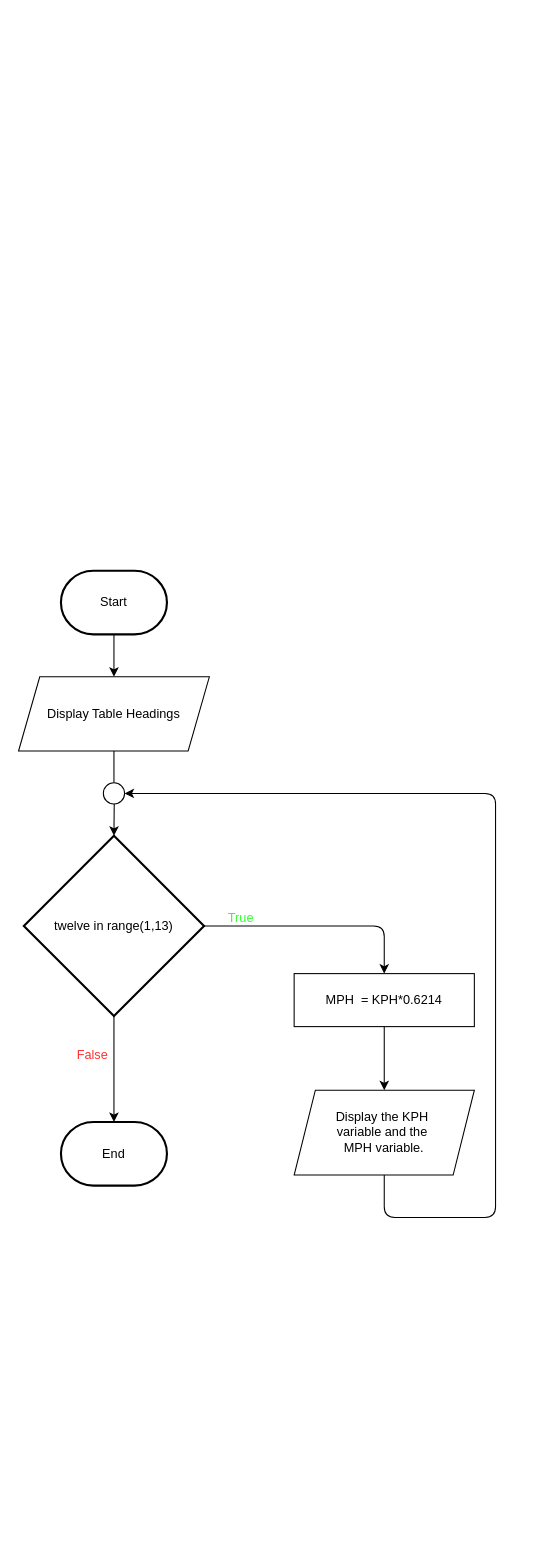
Esprees0/PythonClass keeps this draw.io diagram as page "Page-1" (1 of 2) of Lacture03/Divide27-30.drawio. Above is the earlier version. Source tidied: cells renumbered, new cells numbered last; positions are measured from the earlier drawing's top-left corner, leaving out a move shared by most shapes. Both pictures are drawn from the tidied source at 106%, with x=0, y=0 at pixel (18, 570).
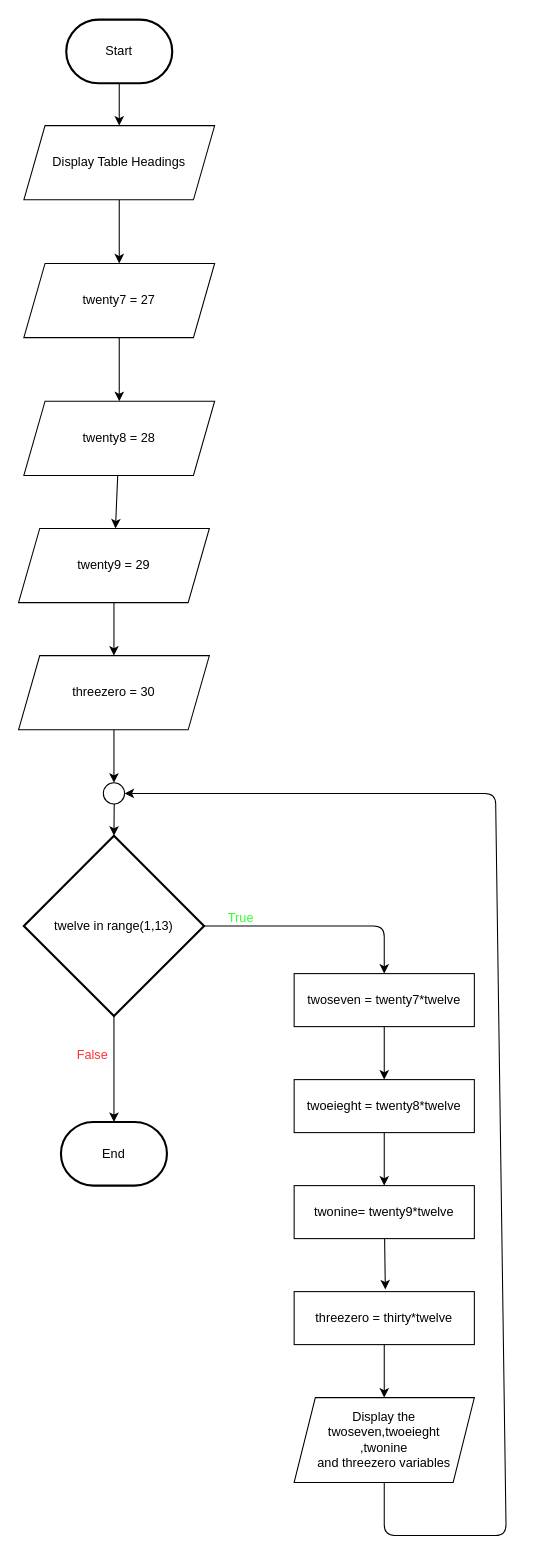
After the change.

Unchanged cells that the change refers to:
```xml
<mxCell id="15" style="ellipse;whiteSpace=wrap;html=1;" parent="1" vertex="1">
  <mxGeometry x="80" y="200" width="20" height="20" as="geometry" />
</mxCell>
```

Diff of the diagram source:
```diff
@@
     <mxCell id="3" value="Start" style="strokeWidth=2;html=1;shape=mxgraph.flowchart.terminator;whiteSpace=wrap;" parent="1" vertex="1">
-      <mxGeometry x="40" width="100" height="60" as="geometry" />
+      <mxGeometry x="45" y="-520" width="100" height="60" as="geometry" />
     </mxCell>
@@
+    <mxCell id="18" style="edgeStyle=none;html=1;" parent="1" edge="1" source="5" target="23">
+      <mxGeometry relative="1" as="geometry" />
+    </mxCell>
     <mxCell id="5" value="Display Table Headings" style="shape=parallelogram;perimeter=parallelogramPerimeter;whiteSpace=wrap;html=1;fixedSize=1;" parent="1" vertex="1">
-      <mxGeometry y="100" width="180" height="70" as="geometry" />
+      <mxGeometry x="5" y="-420" width="180" height="70" as="geometry" />
     </mxCell>
@@
-    <mxCell id="9" style="edgeStyle=none;html=1;" parent="1" edge="1" source="10" target="12">
-      <mxGeometry relative="1" as="geometry" />
-    </mxCell>
+    <mxCell id="19" style="edgeStyle=none;html=1;" parent="1" edge="1" source="10" target="21">
+      <mxGeometry relative="1" as="geometry" />
+    </mxCell>
-    <mxCell id="10" value="MPH&amp;nbsp; = KPH*0.6214" style="rounded=0;whiteSpace=wrap;html=1;" parent="1" vertex="1">
+    <mxCell id="10" value="twoseven = twenty7*twelve" style="rounded=0;whiteSpace=wrap;html=1;" parent="1" vertex="1">
       <mxGeometry x="260" y="380" width="170" height="50" as="geometry" />
     </mxCell>
-    <mxCell id="11" style="edgeStyle=none;html=1;entryX=1;entryY=0.5;entryDx=0;entryDy=0;" parent="1" edge="1" source="12" target="15">
+    <mxCell id="11" style="edgeStyle=none;html=1;entryX=1;entryY=0.5;entryDx=0;entryDy=0;exitX=0.5;exitY=1;exitDx=0;exitDy=0;" parent="1" edge="1" source="34" target="15">
       <mxGeometry relative="1" as="geometry">
         <Array as="points">
-          <mxPoint x="345" y="610" />
-          <mxPoint x="450" y="610" />
+          <mxPoint x="345" y="910" />
+          <mxPoint x="460" y="910" />
           <mxPoint x="450" y="210" />
         </Array>
       </mxGeometry>
     </mxCell>
-    <mxCell id="12" value="Display the KPH&amp;nbsp;&lt;br&gt;variable and the&amp;nbsp;&lt;br&gt;MPH variable." style="shape=parallelogram;perimeter=parallelogramPerimeter;whiteSpace=wrap;html=1;fixedSize=1;" parent="1" vertex="1">
-      <mxGeometry x="260" y="490" width="170" height="80" as="geometry" />
-    </mxCell>
@@
-    <mxCell id="14" style="edgeStyle=none;html=1;endArrow=none;" parent="1" edge="1" source="5" target="15">
-      <mxGeometry relative="1" as="geometry" />
-    </mxCell>
@@
+    <mxCell id="20" style="edgeStyle=none;html=1;" parent="1" edge="1" source="21" target="31">
+      <mxGeometry relative="1" as="geometry" />
+    </mxCell>
+    <mxCell id="21" value="twoeieght = twenty8*twelve" style="rounded=0;whiteSpace=wrap;html=1;" parent="1" vertex="1">
+      <mxGeometry x="260" y="480" width="170" height="50" as="geometry" />
+    </mxCell>
+    <mxCell id="22" style="edgeStyle=none;html=1;" parent="1" edge="1" source="23" target="25">
+      <mxGeometry relative="1" as="geometry" />
+    </mxCell>
+    <mxCell id="23" value="twenty7 = 27" style="shape=parallelogram;perimeter=parallelogramPerimeter;whiteSpace=wrap;html=1;fixedSize=1;" parent="1" vertex="1">
+      <mxGeometry x="5" y="-290" width="180" height="70" as="geometry" />
+    </mxCell>
+    <mxCell id="24" style="edgeStyle=none;html=1;" parent="1" edge="1" source="25" target="27">
+      <mxGeometry relative="1" as="geometry" />
+    </mxCell>
+    <mxCell id="25" value="twenty8 = 28" style="shape=parallelogram;perimeter=parallelogramPerimeter;whiteSpace=wrap;html=1;fixedSize=1;" parent="1" vertex="1">
+      <mxGeometry x="5" y="-160" width="180" height="70" as="geometry" />
+    </mxCell>
+    <mxCell id="26" style="edgeStyle=none;html=1;" parent="1" edge="1" source="27" target="29">
+      <mxGeometry relative="1" as="geometry" />
+    </mxCell>
+    <mxCell id="27" value="twenty9 = 29" style="shape=parallelogram;perimeter=parallelogramPerimeter;whiteSpace=wrap;html=1;fixedSize=1;" parent="1" vertex="1">
+      <mxGeometry y="-40" width="180" height="70" as="geometry" />
+    </mxCell>
+    <mxCell id="28" style="edgeStyle=none;html=1;entryX=0.5;entryY=0;entryDx=0;entryDy=0;" parent="1" edge="1" source="29" target="15">
+      <mxGeometry relative="1" as="geometry" />
+    </mxCell>
+    <mxCell id="29" value="threezero = 30" style="shape=parallelogram;perimeter=parallelogramPerimeter;whiteSpace=wrap;html=1;fixedSize=1;" parent="1" vertex="1">
+      <mxGeometry y="80" width="180" height="70" as="geometry" />
+    </mxCell>
+    <mxCell id="30" style="edgeStyle=none;html=1;entryX=0.506;entryY=-0.041;entryDx=0;entryDy=0;entryPerimeter=0;" parent="1" edge="1" source="31" target="33">
+      <mxGeometry relative="1" as="geometry" />
+    </mxCell>
+    <mxCell id="31" value="twonine= twenty9*twelve" style="rounded=0;whiteSpace=wrap;html=1;" parent="1" vertex="1">
+      <mxGeometry x="260" y="580" width="170" height="50" as="geometry" />
+    </mxCell>
+    <mxCell id="32" style="edgeStyle=none;html=1;entryX=0.5;entryY=0;entryDx=0;entryDy=0;" parent="1" edge="1" source="33" target="34">
+      <mxGeometry relative="1" as="geometry" />
+    </mxCell>
+    <mxCell id="33" value="threezero = thirty*twelve" style="rounded=0;whiteSpace=wrap;html=1;" parent="1" vertex="1">
+      <mxGeometry x="260" y="680" width="170" height="50" as="geometry" />
+    </mxCell>
+    <mxCell id="34" value="Display the twoseven,twoeieght&lt;br&gt;,twonine&lt;br&gt;and threezero variables" style="shape=parallelogram;perimeter=parallelogramPerimeter;whiteSpace=wrap;html=1;fixedSize=1;" parent="1" vertex="1">
+      <mxGeometry x="260" y="780" width="170" height="80" as="geometry" />
+    </mxCell>
```
